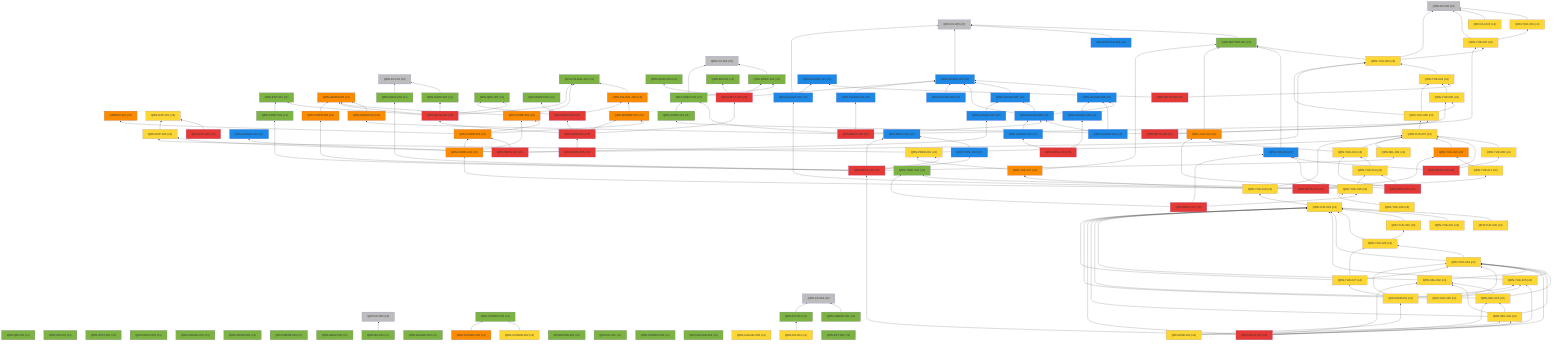
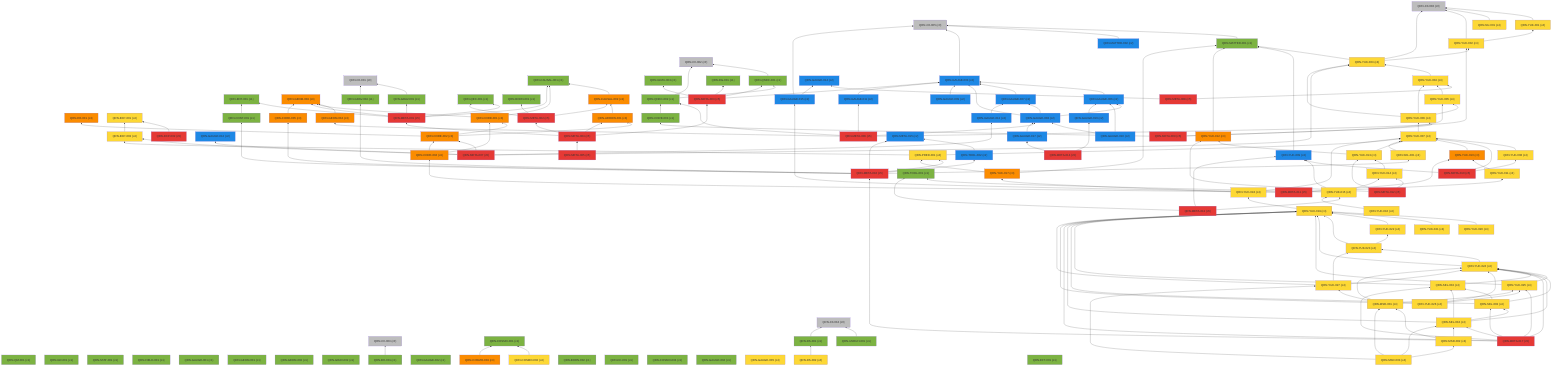
%% 自動生成 (dag/report.pl) — QRN 主張依存グラフ
graph BT
  QRN_C0_001["QRN-C0-001 (c0)"]:::c0
  QRN_C0_002["QRN-C0-002 (c0)"]:::c0
  QRN_C0_003["QRN-C0-003 (c0)"]:::c0
  QRN_C0_004["QRN-C0-004 (c0)"]:::c0
  QRN_C0_005["QRN-C0-005 (c0)"]:::c0
  QRN_C0_006["QRN-C0-006 (c0)"]:::c0
  QRN_QM_001["QRN-QM-001 (c1)"]:::c1
  QRN_GR_001["QRN-GR-001 (c1)"]:::c1
  QRN_STAT_001["QRN-STAT-001 (c1)"]:::c1
  QRN_FIELD_001["QRN-FIELD-001 (c1)"]:::c1
  QRN_GAUGE_001["QRN-GAUGE-001 (c1)"]:::c1
  QRN_ENT_001["QRN-ENT-001 (c1)"]:::c1
  QRN_GEOM_001["QRN-GEOM-001 (c1)"]:::c1
  QRN_GEOM_002["QRN-GEOM-002 (c1)"]:::c1
  QRN_GEOM_003["QRN-GEOM-003 (c3)"]:::c3
  QRN_GRAV_001["QRN-GRAV-001 (c1)"]:::c1
  QRN_GRAV_002["QRN-GRAV-002 (c1)"]:::c1
  QRN_BH_001["QRN-BH-001 (c1)"]:::c1
  QRN_CAUSAL_001["QRN-CAUSAL-001 (c1)"]:::c1
  QRN_CAUSAL_002["QRN-CAUSAL-002 (c3)"]:::c3
  QRN_ER_001["QRN-ER-001 (c3)"]:::c3
  QRN_QEC_001["QRN-QEC-001 (c1)"]:::c1
  QRN_GAUGE_002["QRN-GAUGE-002 (c1)"]:::c1
  QRN_COSMO_001["QRN-COSMO-001 (c1)"]:::c1
  QRN_COSMO_002["QRN-COSMO-002 (c4)"]:::c4
  QRN_COSMO_003["QRN-COSMO-003 (c3)"]:::c3
  QRN_BORN_001["QRN-BORN-001 (c1)"]:::c1
  QRN_BORN_002["QRN-BORN-002 (c1)"]:::c1
  QRN_GRAV_003["QRN-GRAV-003 (c1)"]:::c1
  QRN_KK_001["QRN-KK-001 (c1)"]:::c1
  QRN_MATTER_001["QRN-MATTER-001 (c1)"]:::c1
  QRN_MATTER_002["QRN-MATTER-002 (c2)"]:::c2
  QRN_COSMO_004["QRN-COSMO-004 (c1)"]:::c1
  QRN_EXP_001["QRN-EXP-001 (c4)"]:::c4
  QRN_GAUGE_003["QRN-GAUGE-003 (c2)"]:::c2
  QRN_GAUGE_004["QRN-GAUGE-004 (c1)"]:::c1
  QRN_GAUGE_005["QRN-GAUGE-005 (c4)"]:::c4
  QRN_YUK_001["QRN-YUK-001 (c4)"]:::c4
  QRN_RG_001["QRN-RG-001 (c1)"]:::c1
  QRN_UNRUH_001["QRN-UNRUH-001 (c1)"]:::c1
  QRN_QNEC_001["QRN-QNEC-001 (c1)"]:::c1
  QRN_NU_001["QRN-NU-001 (c4)"]:::c4
  QRN_GAUGE_006["QRN-GAUGE-006 (c2)"]:::c2
  QRN_DS_001["QRN-DS-001 (c1)"]:::c1
  QRN_DS_002["QRN-DS-002 (c4)"]:::c4
  QRN_ARROW_001["QRN-ARROW-001 (c3)"]:::c3
  QRN_GAUGE_007["QRN-GAUGE-007 (c2)"]:::c2
  QRN_EFT_001["QRN-EFT-001 (c1)"]:::c1
  QRN_GAUGE_008["QRN-GAUGE-008 (c2)"]:::c2
  QRN_GAUGE_009["QRN-GAUGE-009 (c2)"]:::c2
  QRN_GAUGE_010["QRN-GAUGE-010 (c2)"]:::c2
  QRN_QNEC_002["QRN-QNEC-002 (c1)"]:::c1
  QRN_GEOM_004["QRN-GEOM-004 (c3)"]:::c3
  QRN_YUK_002["QRN-YUK-002 (c4)"]:::c4
  QRN_EXP_002["QRN-EXP-002 (c5)"]:::c5
  QRN_CORE_001["QRN-CORE-001 (c3)"]:::c3
  QRN_GAUGE_011["QRN-GAUGE-011 (c2)"]:::c2
  QRN_GAUGE_012["QRN-GAUGE-012 (c2)"]:::c2
  QRN_YUK_003["QRN-YUK-003 (c4)"]:::c4
  QRN_EXP_003["QRN-EXP-003 (c4)"]:::c4
  QRN_CORE_002["QRN-CORE-002 (c3)"]:::c3
  QRN_GAUGE_013["QRN-GAUGE-013 (c2)"]:::c2
  QRN_YUK_004["QRN-YUK-004 (c4)"]:::c4
  QRN_GAUGE_014["QRN-GAUGE-014 (c2)"]:::c2
  QRN_META_001["QRN-META-001 (c5)"]:::c5
  QRN_META_002["QRN-META-002 (c5)"]:::c5
  QRN_META_003["QRN-META-003 (c5)"]:::c5
  QRN_META_004["QRN-META-004 (c5)"]:::c5
  QRN_META_005["QRN-META-005 (c5)"]:::c5
  QRN_META_006["QRN-META-006 (c5)"]:::c5
  QRN_META_007["QRN-META-007 (c5)"]:::c5
  QRN_META_008["QRN-META-008 (c5)"]:::c5
  QRN_YUK_005["QRN-YUK-005 (c4)"]:::c4
  QRN_YUK_006["QRN-YUK-006 (c4)"]:::c4
  QRN_CORE_003["QRN-CORE-003 (c1)"]:::c1
  QRN_META_009["QRN-META-009 (c5)"]:::c5
  QRN_YUK_007["QRN-YUK-007 (c4)"]:::c4
  QRN_YUK_008["QRN-YUK-008 (c4)"]:::c4
  QRN_YUK_009["QRN-YUK-009 (c2)"]:::c2
  QRN_META_010["QRN-META-010 (c5)"]:::c5
  QRN_GAUGE_015["QRN-GAUGE-015 (c2)"]:::c2
  QRN_YUK_010["QRN-YUK-010 (c3)"]:::c3
  QRN_YUK_011["QRN-YUK-011 (c4)"]:::c4
  QRN_CORE_004["QRN-CORE-004 (c3)"]:::c3
  QRN_META_011["QRN-META-011 (c5)"]:::c5
  QRN_YUK_012["QRN-YUK-012 (c3)"]:::c3
  QRN_YUK_013["QRN-YUK-013 (c4)"]:::c4
  QRN_YUK_014["QRN-YUK-014 (c4)"]:::c4
  QRN_META_012["QRN-META-012 (c5)"]:::c5
  QRN_TOOL_001["QRN-TOOL-001 (c1)"]:::c1
  QRN_YUK_015["QRN-YUK-015 (c4)"]:::c4
  QRN_META_013["QRN-META-013 (c5)"]:::c5
  QRN_GAUGE_016["QRN-GAUGE-016 (c2)"]:::c2
  QRN_GAUGE_017["QRN-GAUGE-017 (c2)"]:::c2
  QRN_META_014["QRN-META-014 (c5)"]:::c5
  QRN_META_015["QRN-META-015 (c2)"]:::c2
  QRN_TOOL_002["QRN-TOOL-002 (c2)"]:::c2
  QRN_CORE_005["QRN-CORE-005 (c3)"]:::c3
  QRN_CONT_001["QRN-CONT-001 (c1)"]:::c1
  QRN_SEL_001["QRN-SEL-001 (c4)"]:::c4
  QRN_GRAV_004["QRN-GRAV-004 (c1)"]:::c1
  QRN_PRED_001["QRN-PRED-001 (c4)"]:::c4
  QRN_META_016["QRN-META-016 (c5)"]:::c5
  QRN_YUK_016["QRN-YUK-016 (c4)"]:::c4
  QRN_YUK_017["QRN-YUK-017 (c3)"]:::c3
  QRN_YUK_018["QRN-YUK-018 (c4)"]:::c4
  QRN_YUK_019["QRN-YUK-019 (c4)"]:::c4
  QRN_YUK_020["QRN-YUK-020 (c4)"]:::c4
  QRN_YUK_021["QRN-YUK-021 (c4)"]:::c4
  QRN_YUK_022["QRN-YUK-022 (c4)"]:::c4
  QRN_YUK_023["QRN-YUK-023 (c4)"]:::c4
  QRN_YUK_024["QRN-YUK-024 (c4)"]:::c4
  QRN_YUK_025["QRN-YUK-025 (c4)"]:::c4
  QRN_SEL_002["QRN-SEL-002 (c4)"]:::c4
  QRN_SEL_003["QRN-SEL-003 (c4)"]:::c4
  QRN_SEL_004["QRN-SEL-004 (c4)"]:::c4
  QRN_META_017["QRN-META-017 (c5)"]:::c5
  QRN_YUK_026["QRN-YUK-026 (c4)"]:::c4
  QRN_YUK_027["QRN-YUK-027 (c4)"]:::c4
  QRN_MSR_001["QRN-MSR-001 (c4)"]:::c4
  QRN_MSR_002["QRN-MSR-002 (c4)"]:::c4
+   QRN_MSR_003["QRN-MSR-003 (c4)"]:::c4
  QRN_GRAV_001 --> QRN_C0_001
  QRN_BH_001 --> QRN_C0_003
  QRN_CAUSAL_002 --> QRN_CAUSAL_001
  QRN_COSMO_002 --> QRN_COSMO_001
  QRN_COSMO_003 --> QRN_COSMO_001
  QRN_MATTER_001 --> QRN_C0_005
  QRN_MATTER_002 --> QRN_C0_005
  QRN_GAUGE_003 --> QRN_C0_005
  QRN_YUK_001 --> QRN_C0_006
  QRN_UNRUH_001 --> QRN_C0_004
  QRN_QNEC_001 --> QRN_C0_002
  QRN_NU_001 --> QRN_C0_006
  QRN_GAUGE_006 --> QRN_GAUGE_003
  QRN_DS_001 --> QRN_C0_004
  QRN_DS_002 --> QRN_DS_001
  QRN_ARROW_001 --> QRN_CAUSAL_002
  QRN_GAUGE_007 --> QRN_GAUGE_003
  QRN_GAUGE_008 --> QRN_GAUGE_003
  QRN_GAUGE_008 --> QRN_GAUGE_006
  QRN_GAUGE_008 --> QRN_GAUGE_007
  QRN_GAUGE_009 --> QRN_GAUGE_003
  QRN_GAUGE_010 --> QRN_GAUGE_006
  QRN_GAUGE_010 --> QRN_GAUGE_008
  QRN_QNEC_002 --> QRN_C0_002
  QRN_QNEC_002 --> QRN_QNEC_001
  QRN_GEOM_004 --> QRN_GEOM_003
  QRN_YUK_002 --> QRN_C0_006
  QRN_YUK_002 --> QRN_YUK_001
  QRN_EXP_002 --> QRN_EXP_001
  QRN_CORE_001 --> QRN_GEOM_003
  QRN_CORE_001 --> QRN_CAUSAL_001
  QRN_GAUGE_011 --> QRN_GAUGE_003
  QRN_YUK_003 --> QRN_C0_006
  QRN_YUK_003 --> QRN_MATTER_001
  QRN_YUK_003 --> QRN_YUK_002
  QRN_EXP_003 --> QRN_EXP_001
  QRN_CORE_002 --> QRN_CORE_001
  QRN_CORE_002 --> QRN_ER_001
  QRN_CORE_002 --> QRN_ARROW_001
  QRN_GAUGE_013 --> QRN_GAUGE_007
  QRN_YUK_004 --> QRN_YUK_003
  QRN_META_001 --> QRN_GEOM_003
  QRN_META_001 --> QRN_GRAV_001
  QRN_META_001 --> QRN_CAUSAL_001
  QRN_META_001 --> QRN_QEC_001
  QRN_META_001 --> QRN_ENT_001
  QRN_META_002 --> QRN_QEC_001
  QRN_META_002 --> QRN_BORN_001
  QRN_META_002 --> QRN_CAUSAL_002
  QRN_META_003 --> QRN_GAUGE_003
  QRN_META_003 --> QRN_RG_001
  QRN_META_003 --> QRN_QNEC_001
  QRN_META_003 --> QRN_GRAV_003
  QRN_META_004 --> QRN_META_001
  QRN_META_004 --> QRN_META_002
  QRN_META_004 --> QRN_META_003
  QRN_META_004 --> QRN_ARROW_001
  QRN_META_005 --> QRN_META_004
  QRN_META_006 --> QRN_GAUGE_008
  QRN_META_006 --> QRN_QNEC_002
  QRN_META_006 --> QRN_GEOM_004
  QRN_META_006 --> QRN_YUK_002
  QRN_META_006 --> QRN_GAUGE_011
  QRN_META_007 --> QRN_GAUGE_012
  QRN_META_007 --> QRN_YUK_003
  QRN_META_007 --> QRN_EXP_003
  QRN_META_007 --> QRN_CORE_002
  QRN_META_007 --> QRN_GAUGE_013
  QRN_META_008 --> QRN_YUK_004
  QRN_META_008 --> QRN_GAUGE_014
  QRN_YUK_005 --> QRN_YUK_004
  QRN_YUK_006 --> QRN_YUK_003
  QRN_YUK_006 --> QRN_YUK_004
  QRN_YUK_006 --> QRN_YUK_005
  QRN_CORE_003 --> QRN_QNEC_002
  QRN_META_009 --> QRN_YUK_005
  QRN_META_009 --> QRN_YUK_006
  QRN_META_009 --> QRN_CORE_003
  QRN_YUK_007 --> QRN_YUK_006
  QRN_YUK_008 --> QRN_YUK_007
  QRN_YUK_009 --> QRN_MATTER_001
  QRN_META_010 --> QRN_YUK_007
  QRN_META_010 --> QRN_YUK_008
  QRN_META_010 --> QRN_YUK_009
  QRN_GAUGE_015 --> QRN_C0_005
  QRN_GAUGE_015 --> QRN_GAUGE_014
  QRN_YUK_010 --> QRN_YUK_007
  QRN_YUK_011 --> QRN_YUK_010
  QRN_CORE_004 --> QRN_CORE_001
  QRN_CORE_004 --> QRN_CORE_002
  QRN_META_011 --> QRN_GAUGE_015
  QRN_META_011 --> QRN_YUK_010
  QRN_META_011 --> QRN_YUK_011
  QRN_META_011 --> QRN_CORE_004
  QRN_YUK_012 --> QRN_MATTER_001
  QRN_YUK_013 --> QRN_YUK_012
  QRN_YUK_013 --> QRN_YUK_007
  QRN_YUK_014 --> QRN_YUK_013
  QRN_META_012 --> QRN_YUK_012
  QRN_META_012 --> QRN_YUK_013
  QRN_META_012 --> QRN_YUK_014
  QRN_YUK_015 --> QRN_YUK_014
  QRN_YUK_015 --> QRN_TOOL_001
  QRN_YUK_015 --> QRN_YUK_009
  QRN_META_013 --> QRN_YUK_015
  QRN_META_013 --> QRN_TOOL_001
  QRN_META_013 --> QRN_YUK_009
  QRN_GAUGE_016 --> QRN_GAUGE_006
  QRN_GAUGE_017 --> QRN_GAUGE_008
  QRN_META_014 --> QRN_GAUGE_016
  QRN_META_014 --> QRN_GAUGE_017
  QRN_TOOL_002 --> QRN_META_015
  QRN_CORE_005 --> QRN_GEOM_003
  QRN_CONT_001 --> QRN_ENT_001
  QRN_SEL_001 --> QRN_YUK_007
  QRN_GRAV_004 --> QRN_C0_001
  QRN_PRED_001 --> QRN_YUK_007
  QRN_PRED_001 --> QRN_EXP_003
  QRN_META_016 --> QRN_META_015
  QRN_META_016 --> QRN_TOOL_002
  QRN_META_016 --> QRN_CORE_005
  QRN_META_016 --> QRN_CONT_001
  QRN_META_016 --> QRN_SEL_001
  QRN_META_016 --> QRN_GRAV_004
  QRN_META_016 --> QRN_PRED_001
  QRN_YUK_016 --> QRN_YUK_015
  QRN_YUK_017 --> QRN_MATTER_001
  QRN_YUK_017 --> QRN_PRED_001
  QRN_YUK_018 --> QRN_YUK_017
  QRN_YUK_018 --> QRN_YUK_007
  QRN_YUK_019 --> QRN_YUK_018
  QRN_YUK_020 --> QRN_YUK_019
  QRN_YUK_021 --> QRN_YUK_019
  QRN_YUK_022 --> QRN_YUK_019
  QRN_YUK_023 --> QRN_YUK_019
  QRN_YUK_023 --> QRN_YUK_022
  QRN_YUK_024 --> QRN_YUK_019
  QRN_YUK_024 --> QRN_YUK_023
  QRN_YUK_025 --> QRN_YUK_019
  QRN_YUK_025 --> QRN_YUK_024
  QRN_SEL_002 --> QRN_YUK_019
  QRN_SEL_002 --> QRN_YUK_024
  QRN_SEL_003 --> QRN_YUK_019
  QRN_SEL_003 --> QRN_YUK_024
  QRN_SEL_003 --> QRN_SEL_002
  QRN_SEL_004 --> QRN_YUK_019
  QRN_SEL_004 --> QRN_YUK_024
  QRN_SEL_004 --> QRN_SEL_002
  QRN_SEL_004 --> QRN_SEL_003
  QRN_META_017 --> QRN_META_016
  QRN_META_017 --> QRN_YUK_019
  QRN_META_017 --> QRN_YUK_024
  QRN_META_017 --> QRN_YUK_025
  QRN_META_017 --> QRN_SEL_002
  QRN_META_017 --> QRN_SEL_003
  QRN_META_017 --> QRN_SEL_004
  QRN_YUK_026 --> QRN_YUK_019
  QRN_YUK_026 --> QRN_YUK_024
  QRN_YUK_026 --> QRN_YUK_025
  QRN_YUK_027 --> QRN_YUK_019
  QRN_YUK_027 --> QRN_YUK_023
  QRN_YUK_027 --> QRN_YUK_024
  QRN_MSR_001 --> QRN_YUK_024
  QRN_MSR_001 --> QRN_YUK_025
  QRN_MSR_001 --> QRN_YUK_027
  QRN_MSR_002 --> QRN_SEL_004
  QRN_MSR_002 --> QRN_MSR_001
+   QRN_MSR_003 --> QRN_MSR_001
+   QRN_MSR_003 --> QRN_MSR_002
+   QRN_MSR_003 --> QRN_SEL_004
+   QRN_MSR_003 --> QRN_YUK_027
  classDef c0 fill:#bdbdbd
  classDef c1 fill:#7cb342
  classDef c2 fill:#1e88e5
  classDef c3 fill:#fb8c00
  classDef c4 fill:#fdd835
  classDef c5 fill:#e53935
